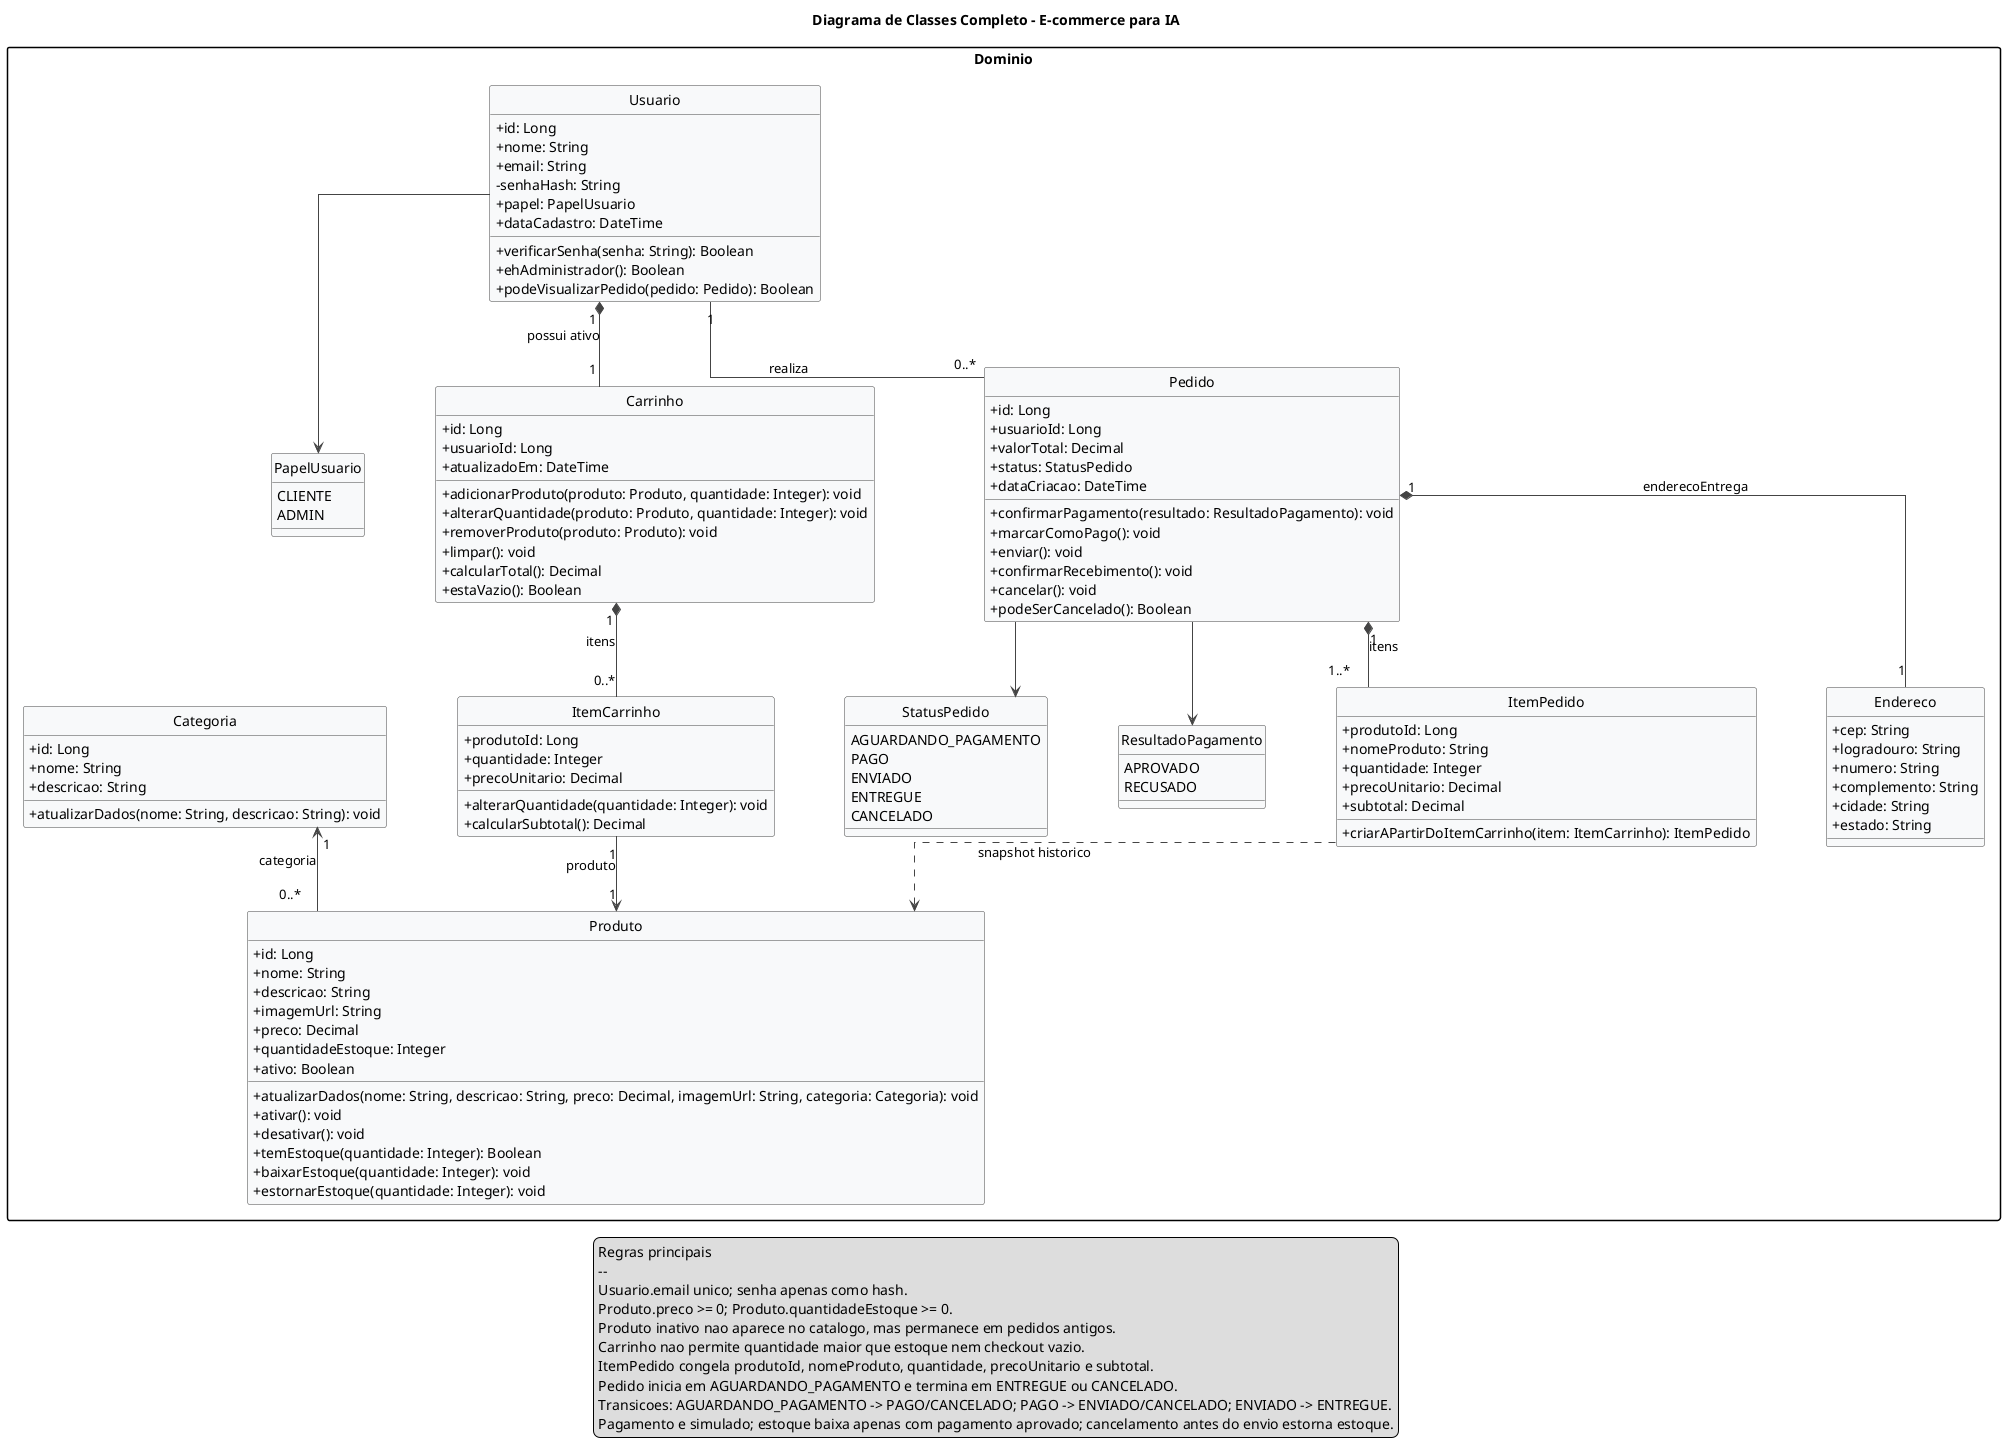
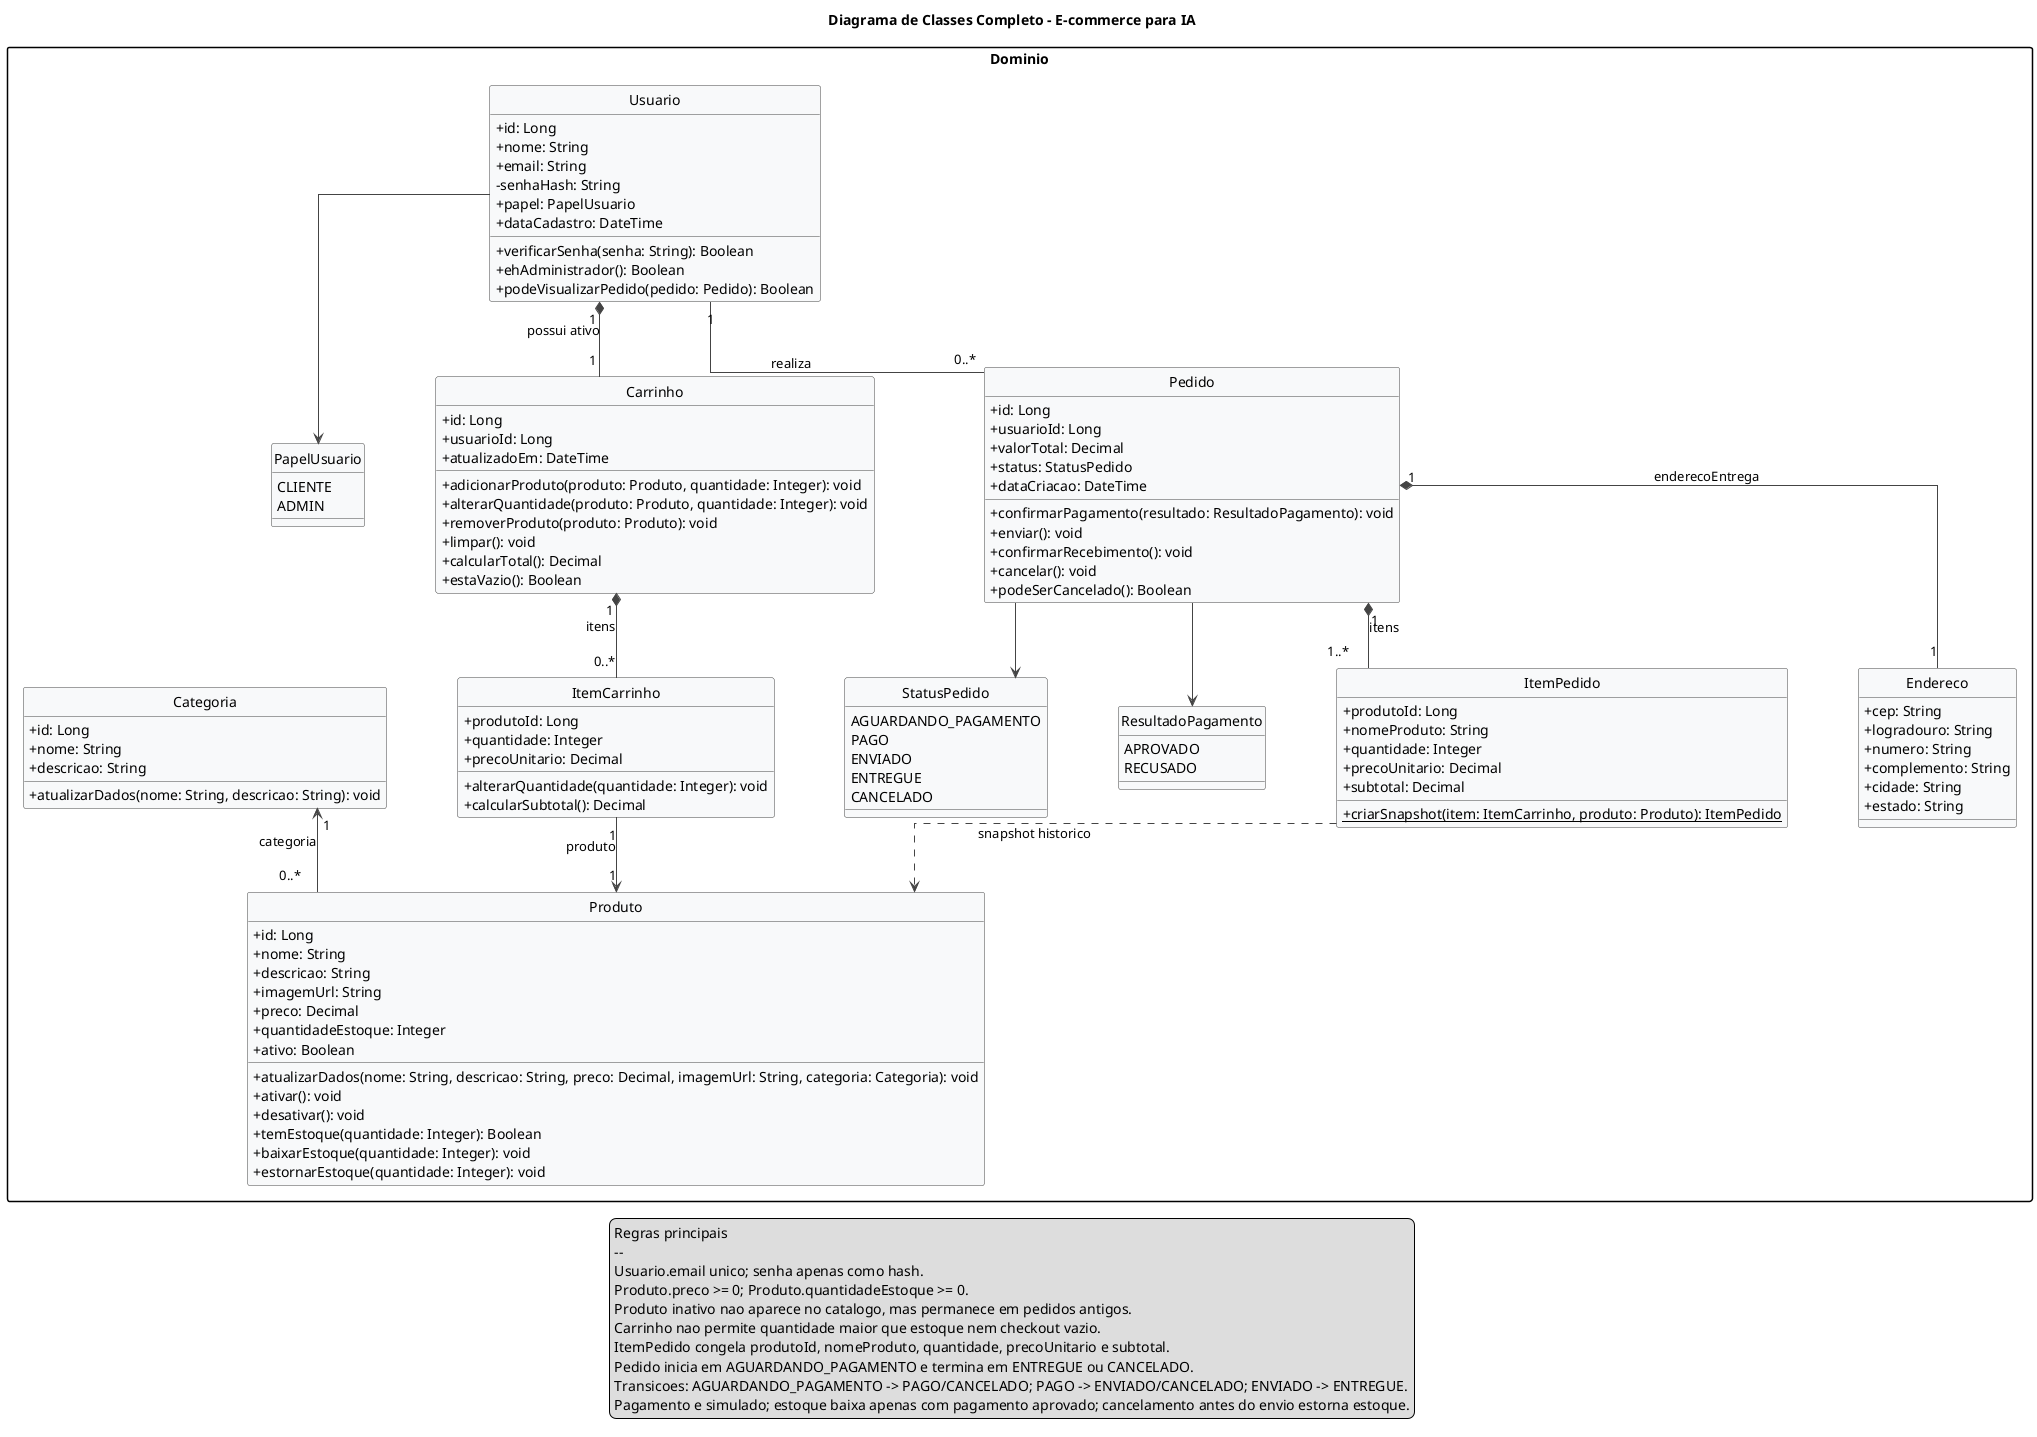
@startuml diagrama_classes_ecommerce_ia
title Diagrama de Classes Completo - E-commerce para IA

hide circle
skinparam classAttributeIconSize 0
skinparam linetype ortho
skinparam shadowing false
skinparam packageStyle rectangle
skinparam nodesep 70
skinparam ranksep 65

skinparam class {
  BackgroundColor #F8F9FA
  BorderColor #444444
  ArrowColor #444444
}

package "Dominio" {
  class Usuario {
    +id: Long
    +nome: String
    +email: String
    -senhaHash: String
    +papel: PapelUsuario
    +dataCadastro: DateTime
    +verificarSenha(senha: String): Boolean
    +ehAdministrador(): Boolean
    +podeVisualizarPedido(pedido: Pedido): Boolean
  }

  enum PapelUsuario {
    CLIENTE
    ADMIN
  }

  class Categoria {
    +id: Long
    +nome: String
    +descricao: String
    +atualizarDados(nome: String, descricao: String): void
  }

  class Produto {
    +id: Long
    +nome: String
    +descricao: String
    +imagemUrl: String
    +preco: Decimal
    +quantidadeEstoque: Integer
    +ativo: Boolean
    +atualizarDados(nome: String, descricao: String, preco: Decimal, imagemUrl: String, categoria: Categoria): void
    +ativar(): void
    +desativar(): void
    +temEstoque(quantidade: Integer): Boolean
    +baixarEstoque(quantidade: Integer): void
    +estornarEstoque(quantidade: Integer): void
  }

  class Carrinho {
    +id: Long
    +usuarioId: Long
    +atualizadoEm: DateTime
    +adicionarProduto(produto: Produto, quantidade: Integer): void
    +alterarQuantidade(produto: Produto, quantidade: Integer): void
    +removerProduto(produto: Produto): void
    +limpar(): void
    +calcularTotal(): Decimal
    +estaVazio(): Boolean
  }

  class ItemCarrinho {
    +produtoId: Long
    +quantidade: Integer
    +precoUnitario: Decimal
    +alterarQuantidade(quantidade: Integer): void
    +calcularSubtotal(): Decimal
  }

  class Pedido {
    +id: Long
    +usuarioId: Long
    +valorTotal: Decimal
    +status: StatusPedido
    +dataCriacao: DateTime
    +confirmarPagamento(resultado: ResultadoPagamento): void
-     +marcarComoPago(): void
    +enviar(): void
    +confirmarRecebimento(): void
    +cancelar(): void
    +podeSerCancelado(): Boolean
  }

  enum StatusPedido {
    AGUARDANDO_PAGAMENTO
    PAGO
    ENVIADO
    ENTREGUE
    CANCELADO
  }

  enum ResultadoPagamento {
    APROVADO
    RECUSADO
  }

  class ItemPedido {
    +produtoId: Long
    +nomeProduto: String
    +quantidade: Integer
    +precoUnitario: Decimal
    +subtotal: Decimal
-     +criarAPartirDoItemCarrinho(item: ItemCarrinho): ItemPedido
+     +{static} criarSnapshot(item: ItemCarrinho, produto: Produto): ItemPedido
  }

  class Endereco {
    +cep: String
    +logradouro: String
    +numero: String
    +complemento: String
    +cidade: String
    +estado: String
  }
}

Usuario "1" *-- "1" Carrinho : possui ativo
Usuario "1" -- "0..*" Pedido : realiza

Carrinho "1" *-- "0..*" ItemCarrinho : itens
ItemCarrinho "1" --> "1" Produto : produto

Categoria "1" <-- "0..*" Produto : categoria

Pedido "1" *-- "1..*" ItemPedido : itens
Pedido "1" *-- "1" Endereco : enderecoEntrega
ItemPedido ..> Produto : snapshot historico

Usuario --> PapelUsuario
Pedido --> StatusPedido
Pedido --> ResultadoPagamento

legend bottom
  Regras principais
  --
  Usuario.email unico; senha apenas como hash.
  Produto.preco >= 0; Produto.quantidadeEstoque >= 0.
  Produto inativo nao aparece no catalogo, mas permanece em pedidos antigos.
  Carrinho nao permite quantidade maior que estoque nem checkout vazio.
  ItemPedido congela produtoId, nomeProduto, quantidade, precoUnitario e subtotal.
  Pedido inicia em AGUARDANDO_PAGAMENTO e termina em ENTREGUE ou CANCELADO.
  Transicoes: AGUARDANDO_PAGAMENTO -> PAGO/CANCELADO; PAGO -> ENVIADO/CANCELADO; ENVIADO -> ENTREGUE.
  Pagamento e simulado; estoque baixa apenas com pagamento aprovado; cancelamento antes do envio estorna estoque.
endlegend

@enduml
